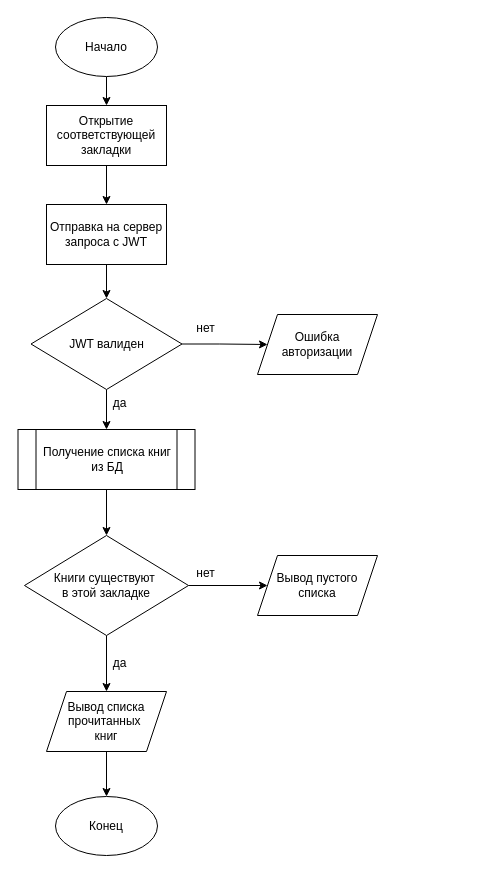
Earlier version of the draw.io diagram 4 COURSE/KP 4-1/user-jwt.drawio (Halwahm/Univer). Source tidied: cells renumbered, new cells numbered last; positions are measured from the earlier drawing's top-left corner, leaving out a move shared by most shapes. Both pictures are drawn from the tidied source at 100%, with x=0, y=0 at pixel (17, 17).
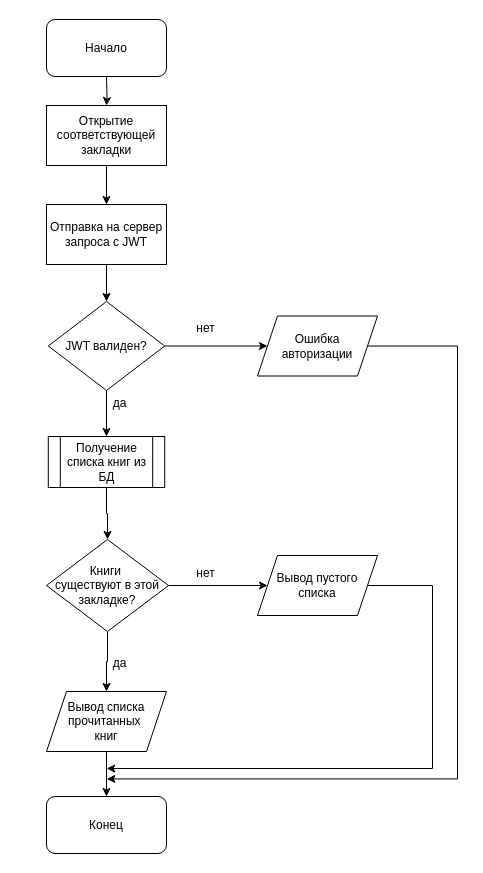
After the change.

Unchanged cells that the change refers to:
```xml
<mxCell id="5" value="Открытие соответствующей закладки" style="rounded=0;whiteSpace=wrap;html=1;" parent="1" vertex="1">
  <mxGeometry x="29" y="88" width="120" height="60" as="geometry" />
</mxCell>
<mxCell id="20" value="Вывод пустого списка" style="shape=parallelogram;perimeter=parallelogramPerimeter;whiteSpace=wrap;html=1;fixedSize=1;" parent="1" vertex="1">
  <mxGeometry x="240" y="538" width="120" height="60" as="geometry" />
</mxCell>
<mxCell id="22" value="Вывод списка прочитанных&amp;nbsp;&lt;div&gt;книг&lt;/div&gt;" style="shape=parallelogram;perimeter=parallelogramPerimeter;whiteSpace=wrap;html=1;fixedSize=1;" parent="1" vertex="1">
  <mxGeometry x="29" y="674" width="120" height="60" as="geometry" />
</mxCell>
```

Change to the diagram source:
```diff
@@
-    <mxCell id="2" style="edgeStyle=orthogonalEdgeStyle;rounded=0;jettySize=auto;html=1;" parent="1" edge="1" source="3" target="5">
-      <mxGeometry relative="1" as="geometry" />
+    <mxCell id="2" style="edgeStyle=orthogonalEdgeStyle;rounded=0;jettySize=auto;html=1;" parent="1" edge="1" target="5">
+      <mxGeometry relative="1" as="geometry">
+        <mxPoint x="89" y="59" as="sourcePoint" />
+      </mxGeometry>
     </mxCell>
-    <mxCell id="3" value="Начало" style="ellipse;whiteSpace=wrap;html=1;" parent="1" vertex="1">
-      <mxGeometry x="38" width="102" height="59" as="geometry" />
-    </mxCell>
@@
-    <mxCell id="10" value="JWT валиден" style="rhombus;whiteSpace=wrap;html=1;" parent="1" vertex="1">
-      <mxGeometry x="13.5" y="281" width="151" height="91" as="geometry" />
+    <mxCell id="10" value="JWT валиден?" style="rhombus;whiteSpace=wrap;html=1;" parent="1" vertex="1">
+      <mxGeometry x="30.8" y="284" width="116.4" height="89" as="geometry" />
     </mxCell>
+    <mxCell id="25" style="edgeStyle=orthogonalEdgeStyle;rounded=0;jettySize=auto;html=1;" parent="1" edge="1" source="11">
+      <mxGeometry relative="1" as="geometry">
+        <mxPoint x="89.3" y="761.4" as="targetPoint" />
+        <Array as="points">
+          <mxPoint x="440" y="328" />
+          <mxPoint x="440" y="761" />
+        </Array>
+      </mxGeometry>
+    </mxCell>
     <mxCell id="11" value="Ошибка авторизации" style="shape=parallelogram;perimeter=parallelogramPerimeter;whiteSpace=wrap;html=1;fixedSize=1;" parent="1" vertex="1">
-      <mxGeometry x="240" y="297" width="120" height="60" as="geometry" />
+      <mxGeometry x="240" y="298.5" width="120" height="60" as="geometry" />
     </mxCell>
@@
     <mxCell id="13" value="Получение списка книг из БД" style="shape=process;whiteSpace=wrap;html=1;backgroundOutline=1;" parent="1" vertex="1">
-      <mxGeometry x="0.5" y="412" width="177" height="60" as="geometry" />
+      <mxGeometry x="30.8" y="419" width="116.4" height="51" as="geometry" />
     </mxCell>
@@
-    <mxCell id="16" value="Книги существуют&amp;nbsp;&lt;div&gt;в этой закладке&lt;/div&gt;" style="rhombus;whiteSpace=wrap;html=1;" parent="1" vertex="1">
-      <mxGeometry x="7" y="518" width="164" height="100" as="geometry" />
+    <mxCell id="16" value="Книги&amp;nbsp;&lt;div&gt;существуют&amp;nbsp;&lt;span style=&quot;background-color: initial;&quot;&gt;в этой закладке?&lt;/span&gt;&lt;/div&gt;" style="rhombus;whiteSpace=wrap;html=1;" parent="1" vertex="1">
+      <mxGeometry x="29" y="522" width="122" height="92" as="geometry" />
     </mxCell>
@@
+    <mxCell id="26" style="edgeStyle=orthogonalEdgeStyle;rounded=0;jettySize=auto;html=1;" parent="1" edge="1" source="20">
+      <mxGeometry relative="1" as="geometry">
+        <mxPoint x="89.2" y="751" as="targetPoint" />
+        <Array as="points">
+          <mxPoint x="415" y="568" />
+          <mxPoint x="415" y="751" />
+        </Array>
+      </mxGeometry>
+    </mxCell>
@@
-    <mxCell id="21" style="edgeStyle=orthogonalEdgeStyle;rounded=0;jettySize=auto;html=1;" parent="1" edge="1" source="22" target="24">
-      <mxGeometry relative="1" as="geometry" />
+    <mxCell id="21" style="edgeStyle=orthogonalEdgeStyle;rounded=0;jettySize=auto;html=1;" parent="1" edge="1" source="22">
+      <mxGeometry relative="1" as="geometry">
+        <mxPoint x="89" y="779" as="targetPoint" />
+      </mxGeometry>
     </mxCell>
@@
+    <mxCell id="3" value="Начало" style="rounded=1;whiteSpace=wrap;html=1;" parent="1" vertex="1">
+      <mxGeometry x="29" y="2" width="120" height="57" as="geometry" />
+    </mxCell>
-    <mxCell id="24" value="Конец" style="ellipse;whiteSpace=wrap;html=1;" parent="1" vertex="1">
-      <mxGeometry x="38" y="779" width="102" height="59" as="geometry" />
+    <mxCell id="24" value="Конец" style="rounded=1;whiteSpace=wrap;html=1;" parent="1" vertex="1">
+      <mxGeometry x="29" y="779" width="120" height="57" as="geometry" />
     </mxCell>
```
